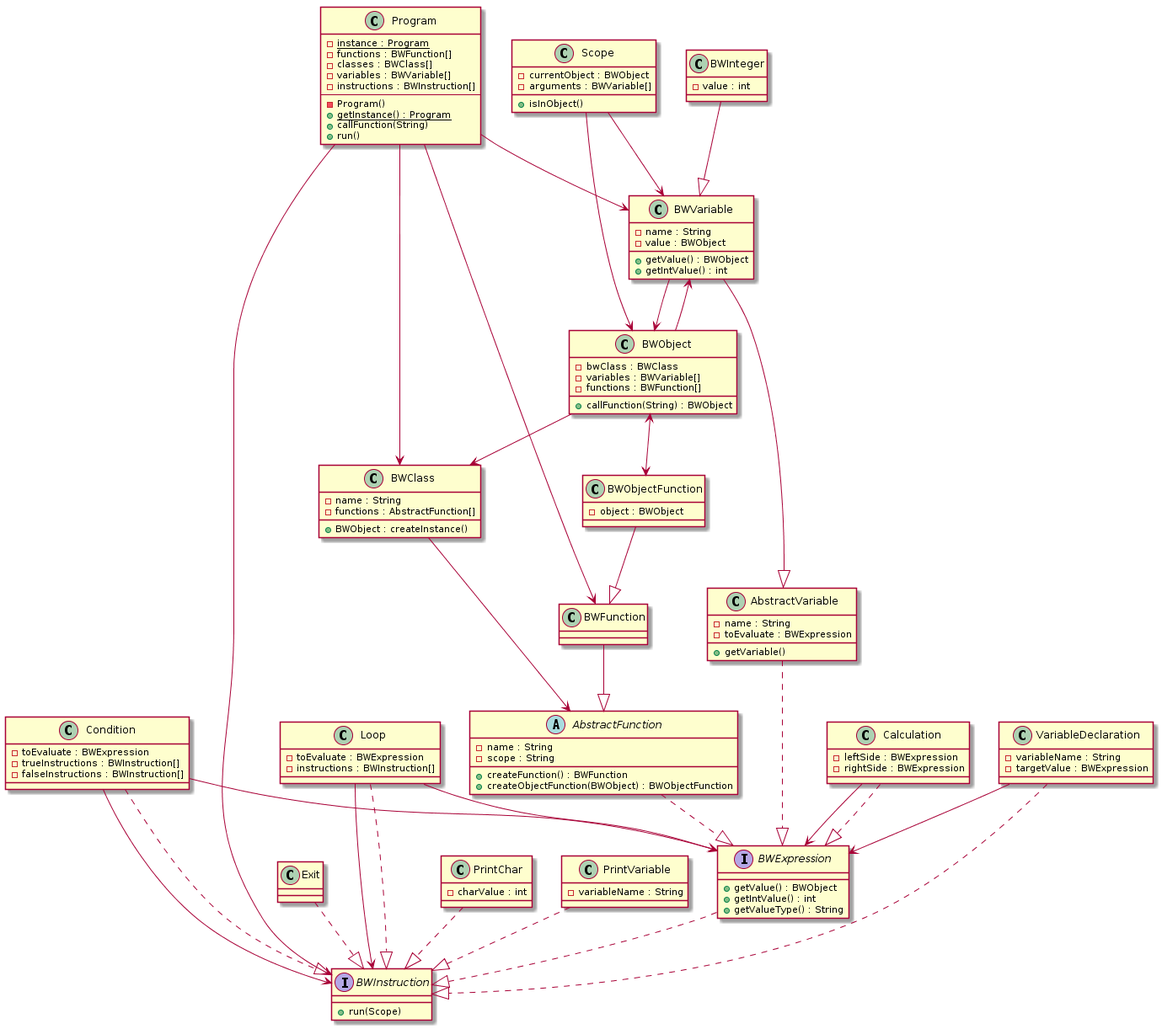
Dedda/bratwurst keeps this PlantUML diagram as doc/uml/complete.png. Above is the earlier version.
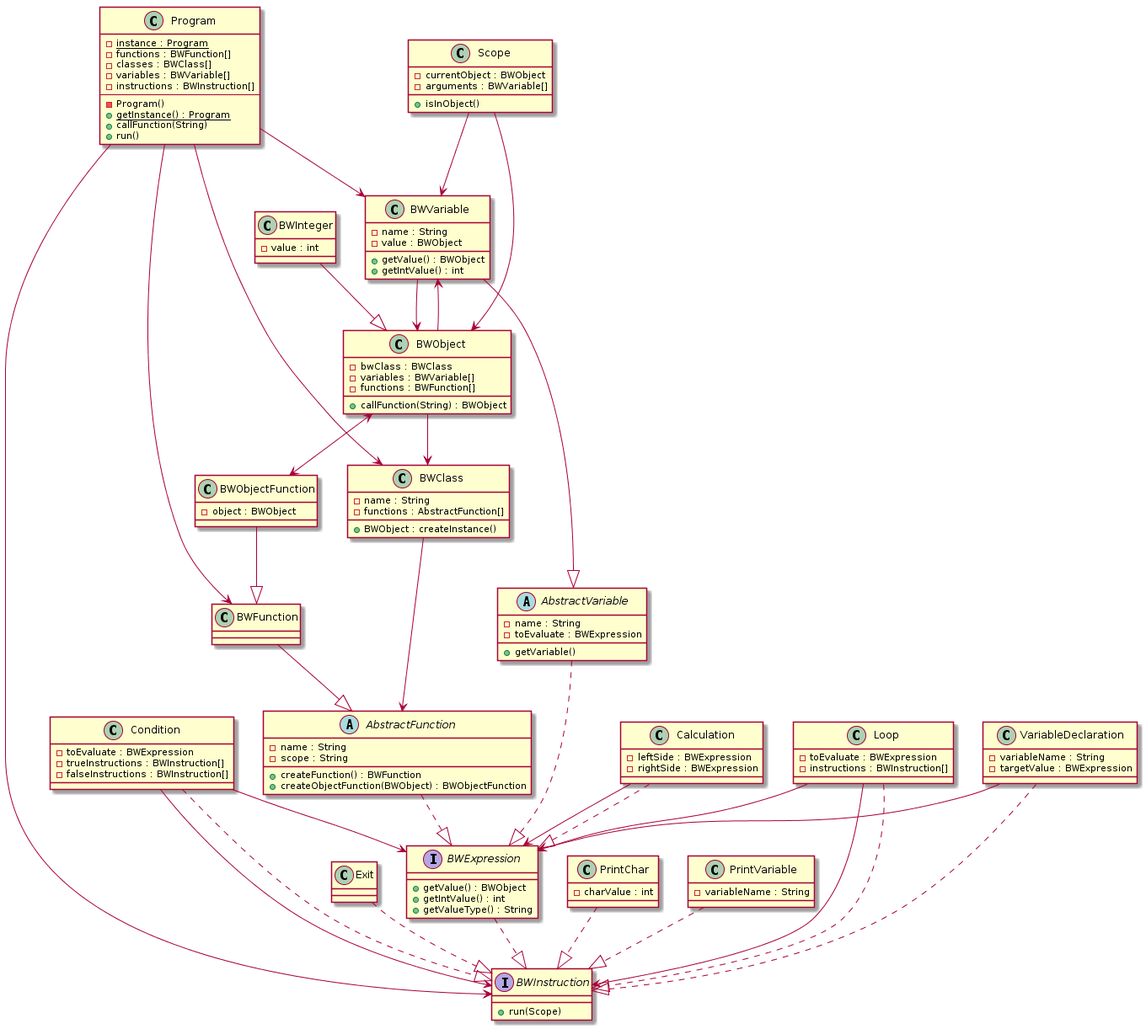
Above is the later version.

Diff of the diagram source:
```diff
@@ -6,7 +6,7 @@
     + createFunction() : BWFunction
     + createObjectFunction(BWObject) : BWObjectFunction
 }
-class AbstractVariable {
+abstract class AbstractVariable {
     - name : String
     - toEvaluate : BWExpression
     + getVariable()
@@ -119,7 +119,7 @@
 BWObjectFunction --|> BWFunction
 AbstractVariable ..|> BWExpression
 BWVariable --|> AbstractVariable
-BWInteger --|> BWVariable
+BWInteger --|> BWObject
 
 Calculation ..|> BWExpression
 
```
